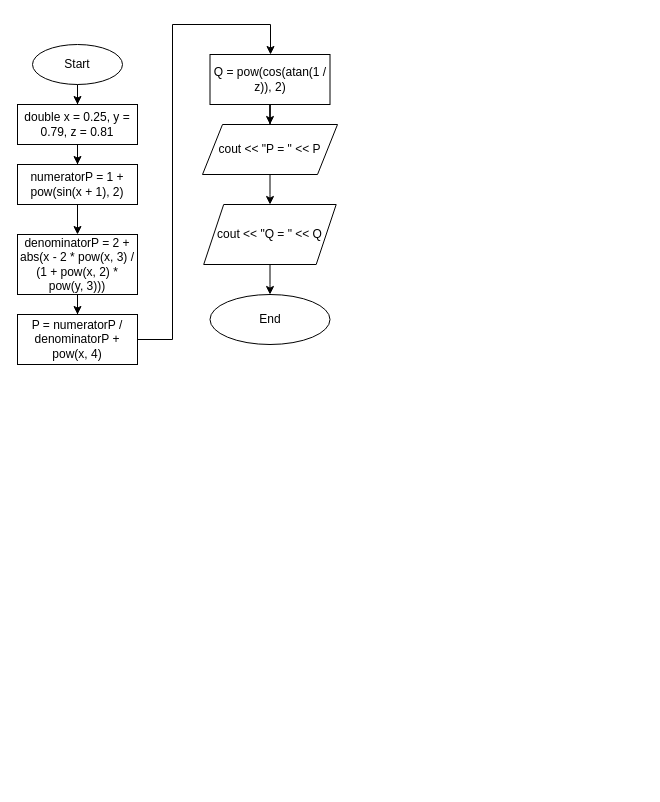
Above: ai_11/anastasiia_humeniuk/saga1/vns_practice_work_1_task_anastasiia_humeniuk.drawio in artificial-intelligence-department/ai_programming_playground_2024 (draw.io), before the change. Source tidied: cells renumbered, new cells numbered last; positions are measured from the earlier drawing's top-left corner, leaving out a move shared by most shapes. Both pictures are drawn from the tidied source at 100%, with x=0, y=0 at pixel (17, 24).
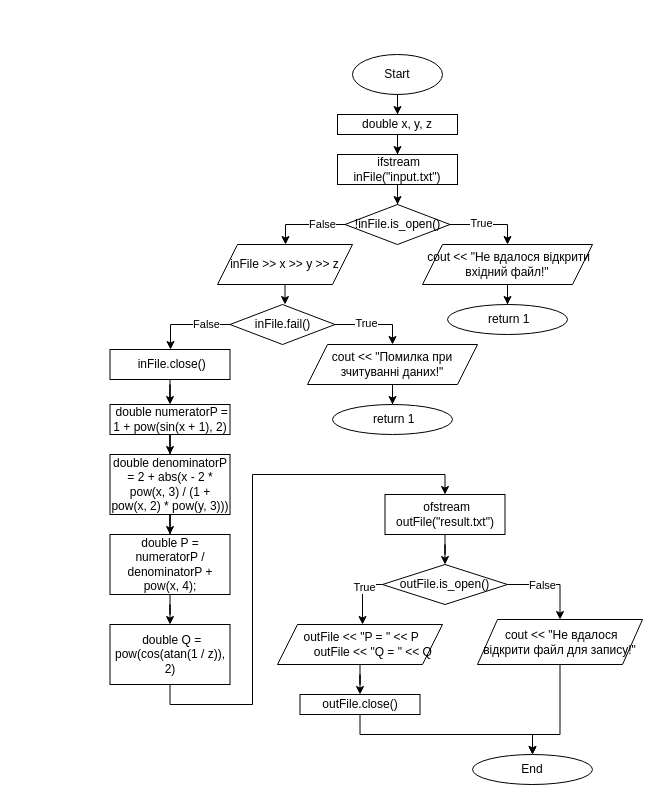
The same diagram, later.

Diff of the diagram source:
```diff
@@
-    <mxCell id="2" style="edgeStyle=orthogonalEdgeStyle;rounded=0;jettySize=auto;html=1;" parent="1" edge="1" source="3" target="5">
+    <mxCell id="2" style="edgeStyle=orthogonalEdgeStyle;rounded=0;jettySize=auto;html=1;" parent="1" edge="1" source="3" target="20">
       <mxGeometry relative="1" as="geometry" />
     </mxCell>
     <mxCell id="3" value="Start" style="ellipse;whiteSpace=wrap;html=1;" parent="1" vertex="1">
-      <mxGeometry x="15" y="20" width="90" height="40" as="geometry" />
+      <mxGeometry x="335" y="30" width="90" height="40" as="geometry" />
     </mxCell>
-    <mxCell id="4" style="edgeStyle=orthogonalEdgeStyle;rounded=0;jettySize=auto;html=1;" parent="1" edge="1" source="5" target="7">
-      <mxGeometry relative="1" as="geometry" />
-    </mxCell>
-    <mxCell id="5" value="double x = 0.25, y = 0.79, z = 0.81" style="rounded=0;whiteSpace=wrap;html=1;" parent="1" vertex="1">
-      <mxGeometry y="80" width="120" height="40" as="geometry" />
-    </mxCell>
-    <mxCell id="6" style="edgeStyle=orthogonalEdgeStyle;rounded=0;jettySize=auto;html=1;" parent="1" edge="1" source="7" target="9">
-      <mxGeometry relative="1" as="geometry" />
-    </mxCell>
-    <mxCell id="7" value="numeratorP = 1 + pow(sin(x + 1), 2)" style="rounded=0;whiteSpace=wrap;html=1;" parent="1" vertex="1">
-      <mxGeometry y="140" width="120" height="40" as="geometry" />
-    </mxCell>
-    <mxCell id="8" style="edgeStyle=orthogonalEdgeStyle;rounded=0;jettySize=auto;html=1;" parent="1" edge="1" source="9" target="11">
-      <mxGeometry relative="1" as="geometry" />
-    </mxCell>
-    <mxCell id="9" value="denominatorP = 2 + abs(x - 2 * pow(x, 3) / (1 + pow(x, 2) * pow(y, 3)))" style="rounded=0;whiteSpace=wrap;html=1;" parent="1" vertex="1">
-      <mxGeometry y="210" width="120" height="60" as="geometry" />
-    </mxCell>
-    <mxCell id="10" style="edgeStyle=orthogonalEdgeStyle;rounded=0;jettySize=auto;html=1;" parent="1" edge="1" source="11" target="13">
-      <mxGeometry relative="1" as="geometry">
-        <Array as="points">
-          <mxPoint x="155" y="315" />
-          <mxPoint x="155" />
-          <mxPoint x="253" />
-        </Array>
-      </mxGeometry>
-    </mxCell>
-    <mxCell id="11" value="P = numeratorP / denominatorP + pow(x, 4)" style="rounded=0;whiteSpace=wrap;html=1;" parent="1" vertex="1">
-      <mxGeometry y="290" width="120" height="50" as="geometry" />
-    </mxCell>
-    <mxCell id="12" style="edgeStyle=orthogonalEdgeStyle;rounded=0;jettySize=auto;html=1;" parent="1" edge="1" source="13" target="15">
-      <mxGeometry relative="1" as="geometry" />
-    </mxCell>
-    <mxCell id="13" value="Q = pow(cos(atan(1 / z)), 2)" style="rounded=0;whiteSpace=wrap;html=1;" parent="1" vertex="1">
-      <mxGeometry x="192.5" y="30" width="120" height="50" as="geometry" />
-    </mxCell>
-    <mxCell id="14" style="edgeStyle=orthogonalEdgeStyle;rounded=0;jettySize=auto;html=1;" parent="1" edge="1" source="15" target="17">
-      <mxGeometry relative="1" as="geometry" />
-    </mxCell>
-    <mxCell id="15" value="cout &amp;lt;&amp;lt; &quot;P = &quot; &amp;lt;&amp;lt; P" style="shape=parallelogram;perimeter=parallelogramPerimeter;whiteSpace=wrap;html=1;fixedSize=1;" parent="1" vertex="1">
-      <mxGeometry x="185" y="100" width="135" height="50" as="geometry" />
-    </mxCell>
-    <mxCell id="16" style="edgeStyle=orthogonalEdgeStyle;rounded=0;jettySize=auto;html=1;" parent="1" edge="1" source="17" target="18">
-      <mxGeometry relative="1" as="geometry" />
-    </mxCell>
-    <mxCell id="17" value="cout &amp;lt;&amp;lt; &quot;Q = &quot; &amp;lt;&amp;lt; Q" style="shape=parallelogram;perimeter=parallelogramPerimeter;whiteSpace=wrap;html=1;fixedSize=1;" parent="1" vertex="1">
-      <mxGeometry x="186.2" y="180" width="132.5" height="60" as="geometry" />
-    </mxCell>
+    <mxCell id="19" style="edgeStyle=orthogonalEdgeStyle;rounded=0;jettySize=auto;html=1;" parent="1" edge="1" source="20" target="22">
+      <mxGeometry relative="1" as="geometry" />
+    </mxCell>
+    <mxCell id="20" value="double x, y, z" style="rounded=0;whiteSpace=wrap;html=1;" parent="1" vertex="1">
+      <mxGeometry x="320" y="90" width="120" height="20" as="geometry" />
+    </mxCell>
+    <mxCell id="21" style="edgeStyle=orthogonalEdgeStyle;rounded=0;jettySize=auto;html=1;" parent="1" edge="1" source="22" target="27">
+      <mxGeometry relative="1" as="geometry" />
+    </mxCell>
+    <mxCell id="22" value="&amp;nbsp;ifstream inFile(&quot;input.txt&quot;)" style="rounded=0;whiteSpace=wrap;html=1;" parent="1" vertex="1">
+      <mxGeometry x="320" y="130" width="120" height="30" as="geometry" />
+    </mxCell>
+    <mxCell id="23" style="edgeStyle=orthogonalEdgeStyle;rounded=0;jettySize=auto;html=1;exitX=1;exitY=0.5;exitDx=0;exitDy=0;" parent="1" edge="1" source="27" target="29">
+      <mxGeometry relative="1" as="geometry" />
+    </mxCell>
+    <mxCell id="24" value="True" style="edgeLabel;html=1;align=center;verticalAlign=middle;" parent="23" vertex="1">
+      <mxGeometry x="-0.19" y="2" relative="1" as="geometry" />
+    </mxCell>
+    <mxCell id="25" style="edgeStyle=orthogonalEdgeStyle;rounded=0;jettySize=auto;html=1;" parent="1" edge="1" source="27" target="32">
+      <mxGeometry relative="1" as="geometry">
+        <Array as="points">
+          <mxPoint x="268" y="200" />
+        </Array>
+      </mxGeometry>
+    </mxCell>
+    <mxCell id="26" value="False" style="edgeLabel;html=1;align=center;verticalAlign=middle;" parent="25" vertex="1">
+      <mxGeometry x="-0.43" y="-1" relative="1" as="geometry" />
+    </mxCell>
+    <mxCell id="27" value="!inFile.is_open()" style="rhombus;whiteSpace=wrap;html=1;" parent="1" vertex="1">
+      <mxGeometry x="327.5" y="180" width="105" height="40" as="geometry" />
+    </mxCell>
+    <mxCell id="28" style="edgeStyle=orthogonalEdgeStyle;rounded=0;jettySize=auto;html=1;" parent="1" edge="1" source="29" target="30">
+      <mxGeometry relative="1" as="geometry" />
+    </mxCell>
+    <mxCell id="29" value="&amp;nbsp;cout &amp;lt;&amp;lt; &quot;Не вдалося відкрити вхідний файл!&quot;" style="shape=parallelogram;perimeter=parallelogramPerimeter;whiteSpace=wrap;html=1;fixedSize=1;" parent="1" vertex="1">
+      <mxGeometry x="405" y="220" width="170" height="40" as="geometry" />
+    </mxCell>
+    <mxCell id="30" value="&amp;nbsp;return 1" style="ellipse;whiteSpace=wrap;html=1;" parent="1" vertex="1">
+      <mxGeometry x="430" y="280" width="120" height="30" as="geometry" />
+    </mxCell>
+    <mxCell id="31" style="edgeStyle=orthogonalEdgeStyle;rounded=0;jettySize=auto;html=1;" parent="1" edge="1" source="32">
+      <mxGeometry relative="1" as="geometry">
+        <mxPoint x="267.5" y="280" as="targetPoint" />
+      </mxGeometry>
+    </mxCell>
+    <mxCell id="32" value="inFile &amp;gt;&amp;gt; x &amp;gt;&amp;gt; y &amp;gt;&amp;gt; z" style="shape=parallelogram;perimeter=parallelogramPerimeter;whiteSpace=wrap;html=1;fixedSize=1;" parent="1" vertex="1">
+      <mxGeometry x="200" y="220" width="135" height="40" as="geometry" />
+    </mxCell>
+    <mxCell id="33" style="edgeStyle=orthogonalEdgeStyle;rounded=0;jettySize=auto;html=1;exitX=1;exitY=0.5;exitDx=0;exitDy=0;" parent="1" edge="1" source="37" target="39">
+      <mxGeometry relative="1" as="geometry" />
+    </mxCell>
+    <mxCell id="34" value="True" style="edgeLabel;html=1;align=center;verticalAlign=middle;" parent="33" vertex="1">
+      <mxGeometry x="-0.19" y="2" relative="1" as="geometry" />
+    </mxCell>
+    <mxCell id="35" style="edgeStyle=orthogonalEdgeStyle;rounded=0;jettySize=auto;html=1;" parent="1" edge="1" source="37" target="42">
+      <mxGeometry relative="1" as="geometry">
+        <Array as="points">
+          <mxPoint x="153" y="300" />
+        </Array>
+      </mxGeometry>
+    </mxCell>
+    <mxCell id="36" value="False" style="edgeLabel;html=1;align=center;verticalAlign=middle;" parent="35" vertex="1">
+      <mxGeometry x="-0.43" y="-1" relative="1" as="geometry" />
+    </mxCell>
+    <mxCell id="37" value="inFile.fail()" style="rhombus;whiteSpace=wrap;html=1;" parent="1" vertex="1">
+      <mxGeometry x="212.5" y="280" width="105" height="40" as="geometry" />
+    </mxCell>
+    <mxCell id="38" style="edgeStyle=orthogonalEdgeStyle;rounded=0;jettySize=auto;html=1;" parent="1" edge="1" source="39" target="40">
+      <mxGeometry relative="1" as="geometry" />
+    </mxCell>
+    <mxCell id="39" value="cout &amp;lt;&amp;lt; &quot;Помилка при зчитуванні даних!&quot;" style="shape=parallelogram;perimeter=parallelogramPerimeter;whiteSpace=wrap;html=1;fixedSize=1;" parent="1" vertex="1">
+      <mxGeometry x="290" y="320" width="170" height="40" as="geometry" />
+    </mxCell>
+    <mxCell id="40" value="&amp;nbsp;return 1" style="ellipse;whiteSpace=wrap;html=1;" parent="1" vertex="1">
+      <mxGeometry x="315" y="380" width="120" height="30" as="geometry" />
+    </mxCell>
+    <mxCell id="41" style="edgeStyle=orthogonalEdgeStyle;rounded=0;jettySize=auto;html=1;" parent="1" edge="1" source="42" target="44">
+      <mxGeometry relative="1" as="geometry" />
+    </mxCell>
+    <mxCell id="42" value="&amp;nbsp;inFile.close()" style="rounded=0;whiteSpace=wrap;html=1;" parent="1" vertex="1">
+      <mxGeometry x="92.5" y="325" width="120" height="30" as="geometry" />
+    </mxCell>
+    <mxCell id="43" style="edgeStyle=orthogonalEdgeStyle;rounded=0;jettySize=auto;html=1;" parent="1" edge="1" source="44" target="46">
+      <mxGeometry relative="1" as="geometry" />
+    </mxCell>
+    <mxCell id="44" value="&amp;nbsp;double numeratorP = 1 + pow(sin(x + 1), 2)" style="rounded=0;whiteSpace=wrap;html=1;" parent="1" vertex="1">
+      <mxGeometry x="92.5" y="380" width="120" height="30" as="geometry" />
+    </mxCell>
+    <mxCell id="45" style="edgeStyle=orthogonalEdgeStyle;rounded=0;jettySize=auto;html=1;" parent="1" edge="1" source="46" target="48">
+      <mxGeometry relative="1" as="geometry" />
+    </mxCell>
+    <mxCell id="46" value="double denominatorP = 2 + abs(x - 2 * pow(x, 3) / (1 + pow(x, 2) * pow(y, 3)))" style="rounded=0;whiteSpace=wrap;html=1;" parent="1" vertex="1">
+      <mxGeometry x="92.5" y="430" width="120" height="60" as="geometry" />
+    </mxCell>
+    <mxCell id="47" style="edgeStyle=orthogonalEdgeStyle;rounded=0;jettySize=auto;html=1;" parent="1" edge="1" source="48" target="50">
+      <mxGeometry relative="1" as="geometry" />
+    </mxCell>
+    <mxCell id="48" value="double P = numeratorP / denominatorP + pow(x, 4);" style="rounded=0;whiteSpace=wrap;html=1;" parent="1" vertex="1">
+      <mxGeometry x="92.5" y="510" width="120" height="60" as="geometry" />
+    </mxCell>
+    <mxCell id="49" style="edgeStyle=orthogonalEdgeStyle;rounded=0;jettySize=auto;html=1;entryX=0.5;entryY=0;entryDx=0;entryDy=0;exitX=0.5;exitY=1;exitDx=0;exitDy=0;" parent="1" edge="1" source="50" target="52">
+      <mxGeometry relative="1" as="geometry">
+        <Array as="points">
+          <mxPoint x="153" y="680" />
+          <mxPoint x="235" y="680" />
+          <mxPoint x="235" y="450" />
+          <mxPoint x="428" y="450" />
+        </Array>
+      </mxGeometry>
+    </mxCell>
+    <mxCell id="50" value="&amp;nbsp;double Q = pow(cos(atan(1 / z)), 2)" style="rounded=0;whiteSpace=wrap;html=1;" parent="1" vertex="1">
+      <mxGeometry x="92.5" y="600" width="120" height="60" as="geometry" />
+    </mxCell>
+    <mxCell id="51" style="edgeStyle=orthogonalEdgeStyle;rounded=0;jettySize=auto;html=1;" parent="1" edge="1" source="52" target="57">
+      <mxGeometry relative="1" as="geometry" />
+    </mxCell>
+    <mxCell id="52" value="&amp;nbsp;ofstream outFile(&quot;result.txt&quot;)" style="rounded=0;whiteSpace=wrap;html=1;" parent="1" vertex="1">
+      <mxGeometry x="367.5" y="470" width="120" height="40" as="geometry" />
+    </mxCell>
+    <mxCell id="53" style="edgeStyle=orthogonalEdgeStyle;rounded=0;jettySize=auto;html=1;" parent="1" edge="1" source="57">
+      <mxGeometry relative="1" as="geometry">
+        <mxPoint x="345" y="600" as="targetPoint" />
+      </mxGeometry>
+    </mxCell>
+    <mxCell id="54" value="True" style="edgeLabel;html=1;align=center;verticalAlign=middle;" parent="53" vertex="1">
+      <mxGeometry x="-0.27" y="1" relative="1" as="geometry" />
+    </mxCell>
+    <mxCell id="55" style="edgeStyle=orthogonalEdgeStyle;rounded=0;jettySize=auto;html=1;exitX=1;exitY=0.5;exitDx=0;exitDy=0;" parent="1" edge="1" source="57" target="63">
+      <mxGeometry relative="1" as="geometry" />
+    </mxCell>
+    <mxCell id="56" value="False" style="edgeLabel;html=1;align=center;verticalAlign=middle;" parent="55" vertex="1">
+      <mxGeometry x="-0.22" y="3" relative="1" as="geometry">
+        <mxPoint y="3" as="offset" />
+      </mxGeometry>
+    </mxCell>
+    <mxCell id="57" value="outFile.is_open()" style="rhombus;whiteSpace=wrap;html=1;" parent="1" vertex="1">
+      <mxGeometry x="365" y="540" width="125" height="40" as="geometry" />
+    </mxCell>
+    <mxCell id="58" style="edgeStyle=orthogonalEdgeStyle;rounded=0;jettySize=auto;html=1;" parent="1" edge="1" source="59" target="61">
+      <mxGeometry relative="1" as="geometry" />
+    </mxCell>
+    <mxCell id="59" value="&lt;div&gt;&amp;nbsp;outFile &amp;lt;&amp;lt; &quot;P = &quot; &amp;lt;&amp;lt; P&lt;/div&gt;&lt;div&gt;&amp;nbsp; &amp;nbsp; &amp;nbsp; &amp;nbsp; outFile &amp;lt;&amp;lt; &quot;Q = &quot; &amp;lt;&amp;lt; Q&lt;/div&gt;" style="shape=parallelogram;perimeter=parallelogramPerimeter;whiteSpace=wrap;html=1;fixedSize=1;" parent="1" vertex="1">
+      <mxGeometry x="260" y="600" width="165" height="40" as="geometry" />
+    </mxCell>
+    <mxCell id="60" style="edgeStyle=orthogonalEdgeStyle;rounded=0;jettySize=auto;html=1;exitX=0.5;exitY=1;exitDx=0;exitDy=0;" parent="1" edge="1" source="61" target="18">
+      <mxGeometry relative="1" as="geometry" />
+    </mxCell>
+    <mxCell id="61" value="outFile.close()" style="rounded=0;whiteSpace=wrap;html=1;" parent="1" vertex="1">
+      <mxGeometry x="282.5" y="670" width="120" height="20" as="geometry" />
+    </mxCell>
+    <mxCell id="62" style="edgeStyle=orthogonalEdgeStyle;rounded=0;jettySize=auto;html=1;entryX=0.5;entryY=0;entryDx=0;entryDy=0;" parent="1" edge="1" source="63" target="18">
+      <mxGeometry relative="1" as="geometry">
+        <Array as="points">
+          <mxPoint x="543" y="710" />
+          <mxPoint x="515" y="710" />
+        </Array>
+      </mxGeometry>
+    </mxCell>
+    <mxCell id="63" value="&amp;nbsp;cout &amp;lt;&amp;lt; &quot;Не вдалося відкрити файл для запису!&quot;" style="shape=parallelogram;perimeter=parallelogramPerimeter;whiteSpace=wrap;html=1;fixedSize=1;" parent="1" vertex="1">
+      <mxGeometry x="460" y="595" width="165" height="45" as="geometry" />
+    </mxCell>
     <mxCell id="18" value="End" style="ellipse;whiteSpace=wrap;html=1;" parent="1" vertex="1">
-      <mxGeometry x="192.5" y="270" width="120" height="50" as="geometry" />
+      <mxGeometry x="455" y="730" width="120" height="30" as="geometry" />
     </mxCell>
```
